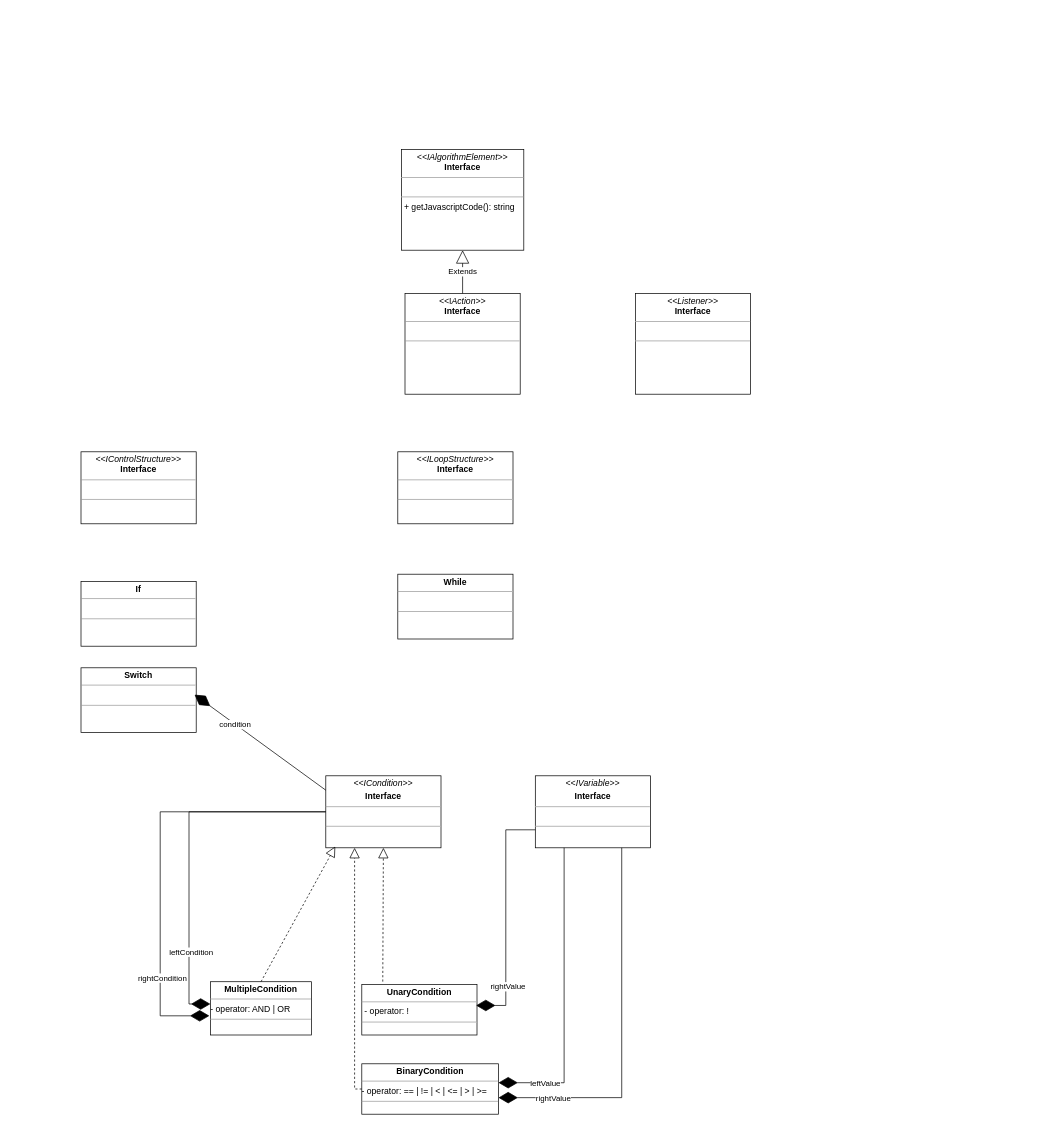
Earlier version of the draw.io diagram doc/architecture/class diagram - 2.0.drawio (olileger/sequence). Source tidied: cells renumbered, new cells numbered last; positions are measured from the earlier drawing's top-left corner, leaving out a move shared by most shapes. Both pictures are drawn from the tidied source at 72%, with x=0, y=0 at pixel (81, 149).
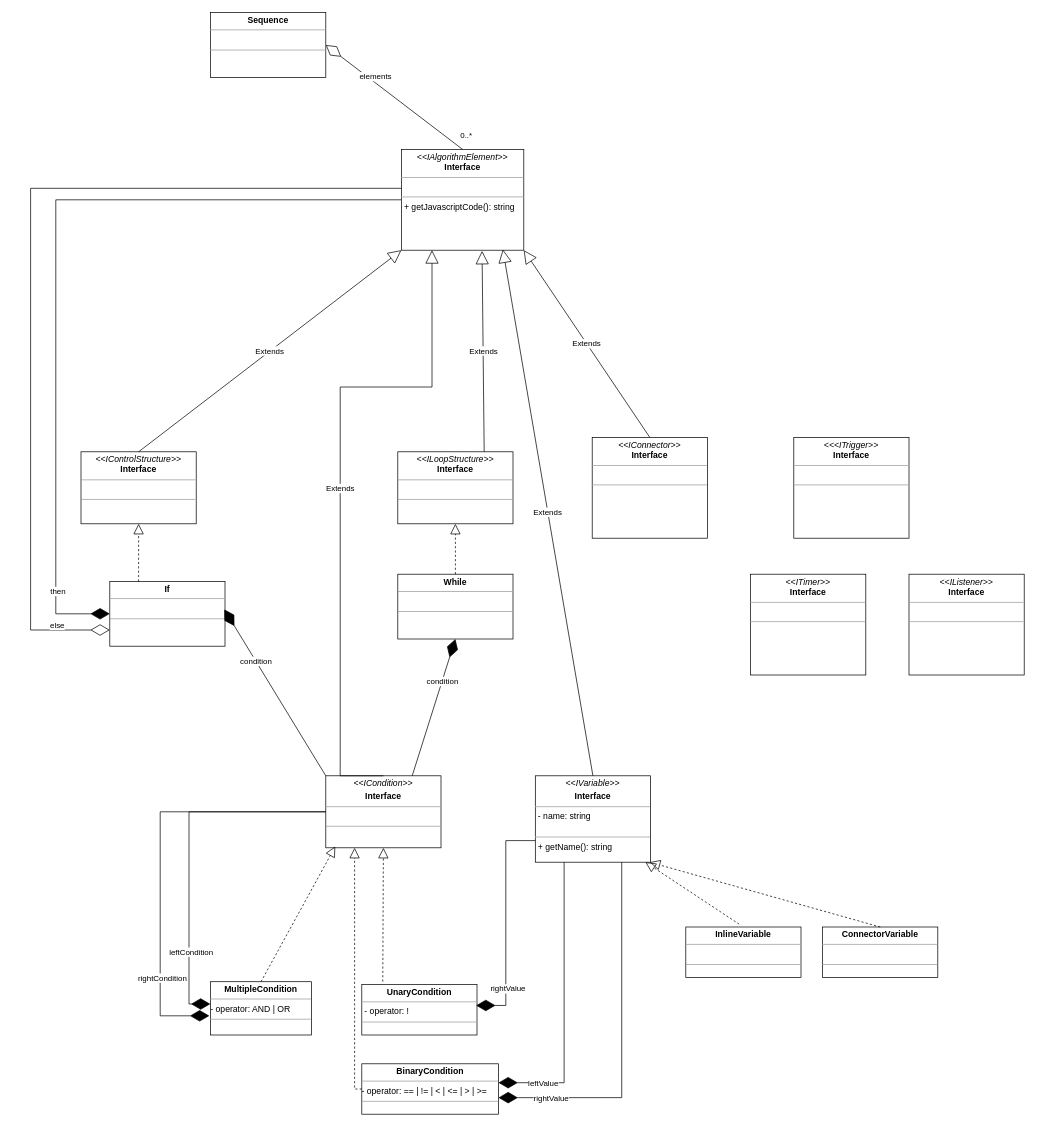
The same diagram, later.

The change refers to these unchanged cells:
```xml
<mxCell id="2" value="&lt;p style=&quot;margin:0px;margin-top:4px;text-align:center;&quot;&gt;&lt;i&gt;&amp;lt;&amp;lt;IAlgorithmElement&amp;gt;&amp;gt;&lt;/i&gt;&lt;br&gt;&lt;b&gt;Interface&lt;/b&gt;&lt;/p&gt;&lt;hr size=&quot;1&quot;&gt;&lt;p style=&quot;margin:0px;margin-left:4px;&quot;&gt;&lt;br&gt;&lt;/p&gt;&lt;hr size=&quot;1&quot;&gt;&lt;p style=&quot;margin:0px;margin-left:4px;&quot;&gt;+ getJavascriptCode(): string&lt;br&gt;&lt;/p&gt;" style="verticalAlign=top;align=left;overflow=fill;fontSize=12;fontFamily=Helvetica;html=1;" parent="1" vertex="1">
  <mxGeometry x="445" width="170" height="140" as="geometry" />
</mxCell>
<mxCell id="5" value="&lt;p style=&quot;margin:0px;margin-top:4px;text-align:center;&quot;&gt;&lt;i&gt;&amp;lt;&amp;lt;IControlStructure&amp;gt;&amp;gt;&lt;/i&gt;&lt;br&gt;&lt;b&gt;Interface&lt;/b&gt;&lt;/p&gt;&lt;hr size=&quot;1&quot;&gt;&lt;p style=&quot;margin:0px;margin-left:4px;&quot;&gt;&lt;br&gt;&lt;/p&gt;&lt;hr size=&quot;1&quot;&gt;&lt;p style=&quot;margin:0px;margin-left:4px;&quot;&gt;&lt;br&gt;&lt;/p&gt;" style="verticalAlign=top;align=left;overflow=fill;fontSize=12;fontFamily=Helvetica;html=1;" parent="1" vertex="1">
  <mxGeometry y="420" width="160" height="100" as="geometry" />
</mxCell>
<mxCell id="6" value="&lt;p style=&quot;margin:0px;margin-top:4px;text-align:center;&quot;&gt;&lt;i&gt;&amp;lt;&amp;lt;ILoopStructure&amp;gt;&amp;gt;&lt;/i&gt;&lt;br&gt;&lt;b&gt;Interface&lt;/b&gt;&lt;/p&gt;&lt;hr size=&quot;1&quot;&gt;&lt;p style=&quot;margin:0px;margin-left:4px;&quot;&gt;&lt;br&gt;&lt;/p&gt;&lt;hr size=&quot;1&quot;&gt;&lt;p style=&quot;margin:0px;margin-left:4px;&quot;&gt;&lt;br&gt;&lt;/p&gt;" style="verticalAlign=top;align=left;overflow=fill;fontSize=12;fontFamily=Helvetica;html=1;" parent="1" vertex="1">
  <mxGeometry x="440" y="420" width="160" height="100" as="geometry" />
</mxCell>
<mxCell id="9" value="&lt;p style=&quot;margin:0px;margin-top:4px;text-align:center;&quot;&gt;&lt;b&gt;While&lt;/b&gt;&lt;br&gt;&lt;/p&gt;&lt;hr size=&quot;1&quot;&gt;&lt;p style=&quot;margin:0px;margin-left:4px;&quot;&gt;&lt;br&gt;&lt;/p&gt;&lt;hr size=&quot;1&quot;&gt;&lt;p style=&quot;margin:0px;margin-left:4px;&quot;&gt;&lt;br&gt;&lt;/p&gt;" style="verticalAlign=top;align=left;overflow=fill;fontSize=12;fontFamily=Helvetica;html=1;" parent="1" vertex="1">
  <mxGeometry x="440" y="590" width="160" height="90" as="geometry" />
</mxCell>
<mxCell id="10" value="&lt;p style=&quot;margin:0px;margin-top:4px;text-align:center;&quot;&gt;&lt;i&gt;&amp;lt;&amp;lt;ICondition&amp;gt;&amp;gt;&lt;/i&gt;&lt;/p&gt;&lt;p style=&quot;margin:0px;margin-top:4px;text-align:center;&quot;&gt;&lt;b&gt;Interface&lt;br&gt;&lt;/b&gt;&lt;/p&gt;&lt;hr size=&quot;1&quot;&gt;&lt;p style=&quot;margin:0px;margin-left:4px;&quot;&gt;&lt;br&gt;&lt;/p&gt;&lt;hr size=&quot;1&quot;&gt;&lt;p style=&quot;margin:0px;margin-left:4px;&quot;&gt;&lt;br&gt;&lt;/p&gt;" style="verticalAlign=top;align=left;overflow=fill;fontSize=12;fontFamily=Helvetica;html=1;" parent="1" vertex="1">
  <mxGeometry x="340" y="870" width="160" height="100" as="geometry" />
</mxCell>
```

What changed in the source:
```diff
@@
-    <mxCell id="3" value="&lt;p style=&quot;margin:0px;margin-top:4px;text-align:center;&quot;&gt;&lt;i&gt;&amp;lt;&amp;lt;&lt;/i&gt;I&lt;i&gt;Action&amp;gt;&amp;gt;&lt;/i&gt;&lt;br&gt;&lt;b&gt;Interface&lt;/b&gt;&lt;/p&gt;&lt;hr size=&quot;1&quot;&gt;&lt;p style=&quot;margin:0px;margin-left:4px;&quot;&gt;&lt;br&gt;&lt;/p&gt;&lt;hr size=&quot;1&quot;&gt;&lt;p style=&quot;margin:0px;margin-left:4px;&quot;&gt;&lt;br&gt;&lt;/p&gt;" style="verticalAlign=top;align=left;overflow=fill;fontSize=12;fontFamily=Helvetica;html=1;" parent="1" vertex="1">
-      <mxGeometry x="450" y="200" width="160" height="140" as="geometry" />
+    <mxCell id="3" value="&lt;p style=&quot;margin:0px;margin-top:4px;text-align:center;&quot;&gt;&lt;i&gt;&amp;lt;&amp;lt;IConnector&amp;gt;&amp;gt;&lt;/i&gt;&lt;br&gt;&lt;b&gt;Interface&lt;/b&gt;&lt;/p&gt;&lt;hr size=&quot;1&quot;&gt;&lt;p style=&quot;margin:0px;margin-left:4px;&quot;&gt;&lt;br&gt;&lt;/p&gt;&lt;hr size=&quot;1&quot;&gt;&lt;p style=&quot;margin:0px;margin-left:4px;&quot;&gt;&lt;br&gt;&lt;/p&gt;" style="verticalAlign=top;align=left;overflow=fill;fontSize=12;fontFamily=Helvetica;html=1;" parent="1" vertex="1">
+      <mxGeometry x="710" y="400" width="160" height="140" as="geometry" />
     </mxCell>
-    <mxCell id="4" value="&lt;p style=&quot;margin:0px;margin-top:4px;text-align:center;&quot;&gt;&lt;i&gt;&amp;lt;&amp;lt;Listener&amp;gt;&amp;gt;&lt;/i&gt;&lt;br&gt;&lt;b&gt;Interface&lt;/b&gt;&lt;/p&gt;&lt;hr size=&quot;1&quot;&gt;&lt;p style=&quot;margin:0px;margin-left:4px;&quot;&gt;&lt;br&gt;&lt;/p&gt;&lt;hr size=&quot;1&quot;&gt;&lt;p style=&quot;margin:0px;margin-left:4px;&quot;&gt;&lt;br&gt;&lt;/p&gt;" style="verticalAlign=top;align=left;overflow=fill;fontSize=12;fontFamily=Helvetica;html=1;" parent="1" vertex="1">
-      <mxGeometry x="770" y="200" width="160" height="140" as="geometry" />
+    <mxCell id="4" value="&lt;p style=&quot;margin:0px;margin-top:4px;text-align:center;&quot;&gt;&lt;i&gt;&amp;lt;&amp;lt;&amp;lt;ITrigger&amp;gt;&amp;gt;&lt;/i&gt;&lt;br&gt;&lt;b&gt;Interface&lt;/b&gt;&lt;/p&gt;&lt;hr size=&quot;1&quot;&gt;&lt;p style=&quot;margin:0px;margin-left:4px;&quot;&gt;&lt;br&gt;&lt;/p&gt;&lt;hr size=&quot;1&quot;&gt;&lt;p style=&quot;margin:0px;margin-left:4px;&quot;&gt;&lt;br&gt;&lt;/p&gt;" style="verticalAlign=top;align=left;overflow=fill;fontSize=12;fontFamily=Helvetica;html=1;" parent="1" vertex="1">
+      <mxGeometry x="990" y="400" width="160" height="140" as="geometry" />
     </mxCell>
@@
     <mxCell id="7" value="&lt;p style=&quot;margin:0px;margin-top:4px;text-align:center;&quot;&gt;&lt;b&gt;If&lt;/b&gt;&lt;/p&gt;&lt;hr size=&quot;1&quot;&gt;&lt;p style=&quot;margin:0px;margin-left:4px;&quot;&gt;&lt;br&gt;&lt;/p&gt;&lt;hr size=&quot;1&quot;&gt;&lt;p style=&quot;margin:0px;margin-left:4px;&quot;&gt;&lt;br&gt;&lt;/p&gt;" style="verticalAlign=top;align=left;overflow=fill;fontSize=12;fontFamily=Helvetica;html=1;" parent="1" vertex="1">
-      <mxGeometry y="600" width="160" height="90" as="geometry" />
+      <mxGeometry x="40" y="600" width="160" height="90" as="geometry" />
     </mxCell>
-    <mxCell id="8" value="&lt;p style=&quot;margin:0px;margin-top:4px;text-align:center;&quot;&gt;&lt;b&gt;Switch&lt;/b&gt;&lt;/p&gt;&lt;hr size=&quot;1&quot;&gt;&lt;p style=&quot;margin:0px;margin-left:4px;&quot;&gt;&lt;br&gt;&lt;/p&gt;&lt;hr size=&quot;1&quot;&gt;&lt;p style=&quot;margin:0px;margin-left:4px;&quot;&gt;&lt;br&gt;&lt;/p&gt;" style="verticalAlign=top;align=left;overflow=fill;fontSize=12;fontFamily=Helvetica;html=1;" parent="1" vertex="1">
-      <mxGeometry y="720" width="160" height="90" as="geometry" />
-    </mxCell>
@@
-    <mxCell id="12" value="&lt;p style=&quot;margin:0px;margin-top:4px;text-align:center;&quot;&gt;&lt;i&gt;&amp;lt;&amp;lt;IVariable&amp;gt;&amp;gt;&lt;/i&gt;&lt;/p&gt;&lt;p style=&quot;margin:0px;margin-top:4px;text-align:center;&quot;&gt;&lt;b&gt;Interface&lt;br&gt;&lt;/b&gt;&lt;/p&gt;&lt;hr size=&quot;1&quot;&gt;&lt;p style=&quot;margin:0px;margin-left:4px;&quot;&gt;&lt;br&gt;&lt;/p&gt;&lt;hr size=&quot;1&quot;&gt;" style="verticalAlign=top;align=left;overflow=fill;fontSize=12;fontFamily=Helvetica;html=1;" parent="1" vertex="1">
-      <mxGeometry x="631" y="870" width="160" height="100" as="geometry" />
+    <mxCell id="12" value="&lt;p style=&quot;margin:0px;margin-top:4px;text-align:center;&quot;&gt;&lt;i&gt;&amp;lt;&amp;lt;IVariable&amp;gt;&amp;gt;&lt;/i&gt;&lt;/p&gt;&lt;p style=&quot;margin:0px;margin-top:4px;text-align:center;&quot;&gt;&lt;b&gt;Interface&lt;br&gt;&lt;/b&gt;&lt;/p&gt;&lt;hr size=&quot;1&quot;&gt;&lt;p style=&quot;margin:0px;margin-left:4px;&quot;&gt;- name: string&lt;br&gt;&lt;/p&gt;&lt;p style=&quot;margin:0px;margin-left:4px;&quot;&gt;&lt;br&gt;&lt;/p&gt;&lt;hr size=&quot;1&quot;&gt;&lt;p style=&quot;margin:0px;margin-left:4px;&quot;&gt;+ getName(): string&lt;/p&gt;" style="verticalAlign=top;align=left;overflow=fill;fontSize=12;fontFamily=Helvetica;html=1;" parent="1" vertex="1">
+      <mxGeometry x="631" y="870" width="160" height="120" as="geometry" />
     </mxCell>
@@
-    <mxCell id="29" style="endArrow=diamondThin;endFill=1;endSize=24;html=1;rounded=0;entryX=0.986;entryY=0.415;entryDx=0;entryDy=0;entryPerimeter=0;" parent="1" edge="1" target="8">
-      <mxGeometry relative="1" as="geometry">
-        <mxPoint x="340" y="890" as="sourcePoint" />
-      </mxGeometry>
-    </mxCell>
-    <mxCell id="30" value="condition" style="edgeLabel;html=1;align=center;verticalAlign=middle;" parent="29" vertex="1">
-      <mxGeometry x="0.39" y="1" relative="1" as="geometry">
-        <mxPoint x="1" as="offset" />
-      </mxGeometry>
-    </mxCell>
-    <mxCell id="31" value="Extends" style="endArrow=block;endSize=16;endFill=0;html=1;rounded=0;entryX=0.5;entryY=1;entryDx=0;entryDy=0;exitX=0.5;exitY=0;exitDx=0;exitDy=0;" parent="1" edge="1" source="3" target="2">
+    <mxCell id="31" value="Extends" style="endArrow=block;endSize=16;endFill=0;html=1;rounded=0;entryX=1;entryY=1;entryDx=0;entryDy=0;exitX=0.5;exitY=0;exitDx=0;exitDy=0;" parent="1" edge="1" source="3" target="2">
       <mxGeometry relative="1" as="geometry" />
     </mxCell>
+    <mxCell id="32" value="Extends" style="endArrow=block;endSize=16;endFill=0;html=1;rounded=0;entryX=0.25;entryY=1;entryDx=0;entryDy=0;exitX=0.5;exitY=0;exitDx=0;exitDy=0;edgeStyle=orthogonalEdgeStyle;" parent="1" edge="1" source="10" target="2">
+      <mxGeometry relative="1" as="geometry">
+        <Array as="points">
+          <mxPoint x="360" y="870" />
+          <mxPoint x="360" y="330" />
+          <mxPoint x="488" y="330" />
+        </Array>
+      </mxGeometry>
+    </mxCell>
+    <mxCell id="33" value="&lt;p style=&quot;margin:0px;margin-top:4px;text-align:center;&quot;&gt;&lt;i&gt;&amp;lt;&amp;lt;IListener&amp;gt;&amp;gt;&lt;/i&gt;&lt;br&gt;&lt;b&gt;Interface&lt;/b&gt;&lt;/p&gt;&lt;hr size=&quot;1&quot;&gt;&lt;p style=&quot;margin:0px;margin-left:4px;&quot;&gt;&lt;br&gt;&lt;/p&gt;&lt;hr size=&quot;1&quot;&gt;&lt;p style=&quot;margin:0px;margin-left:4px;&quot;&gt;&lt;br&gt;&lt;/p&gt;" style="verticalAlign=top;align=left;overflow=fill;fontSize=12;fontFamily=Helvetica;html=1;" parent="1" vertex="1">
+      <mxGeometry x="1150" y="590" width="160" height="140" as="geometry" />
+    </mxCell>
+    <mxCell id="34" value="&lt;p style=&quot;margin:0px;margin-top:4px;text-align:center;&quot;&gt;&lt;i&gt;&amp;lt;&amp;lt;ITimer&amp;gt;&amp;gt;&lt;/i&gt;&lt;br&gt;&lt;b&gt;Interface&lt;/b&gt;&lt;/p&gt;&lt;hr size=&quot;1&quot;&gt;&lt;p style=&quot;margin:0px;margin-left:4px;&quot;&gt;&lt;br&gt;&lt;/p&gt;&lt;hr size=&quot;1&quot;&gt;&lt;p style=&quot;margin:0px;margin-left:4px;&quot;&gt;&lt;br&gt;&lt;/p&gt;" style="verticalAlign=top;align=left;overflow=fill;fontSize=12;fontFamily=Helvetica;html=1;" parent="1" vertex="1">
+      <mxGeometry x="930" y="590" width="160" height="140" as="geometry" />
+    </mxCell>
+    <mxCell id="35" style="endArrow=block;dashed=1;endFill=0;endSize=12;html=1;rounded=0;exitX=0.25;exitY=0;exitDx=0;exitDy=0;entryX=0.5;entryY=1;entryDx=0;entryDy=0;" parent="1" edge="1" source="7" target="5">
+      <mxGeometry relative="1" as="geometry" />
+    </mxCell>
+    <mxCell id="36" value="Extends" style="endArrow=block;endSize=16;endFill=0;html=1;rounded=0;entryX=0;entryY=1;entryDx=0;entryDy=0;exitX=0.5;exitY=0;exitDx=0;exitDy=0;" parent="1" edge="1" source="5" target="2">
+      <mxGeometry relative="1" as="geometry" />
+    </mxCell>
+    <mxCell id="37" value="Extends" style="endArrow=block;endSize=16;endFill=0;html=1;rounded=0;entryX=0.659;entryY=1.007;entryDx=0;entryDy=0;entryPerimeter=0;exitX=0.75;exitY=0;exitDx=0;exitDy=0;" parent="1" edge="1" source="6" target="2">
+      <mxGeometry relative="1" as="geometry" />
+    </mxCell>
+    <mxCell id="38" style="endArrow=block;dashed=1;endFill=0;endSize=12;html=1;rounded=0;exitX=0.5;exitY=0;exitDx=0;exitDy=0;" parent="1" edge="1" source="9">
+      <mxGeometry relative="1" as="geometry">
+        <mxPoint x="520" y="520" as="targetPoint" />
+      </mxGeometry>
+    </mxCell>
+    <mxCell id="39" style="endArrow=diamondThin;endFill=1;endSize=24;html=1;rounded=0;entryX=0.5;entryY=1;entryDx=0;entryDy=0;exitX=0.75;exitY=0;exitDx=0;exitDy=0;" parent="1" edge="1" source="10" target="9">
+      <mxGeometry relative="1" as="geometry" />
+    </mxCell>
+    <mxCell id="40" value="condition" style="edgeLabel;html=1;align=center;verticalAlign=middle;" parent="39" vertex="1">
+      <mxGeometry x="0.39" y="1" relative="1" as="geometry">
+        <mxPoint x="1" as="offset" />
+      </mxGeometry>
+    </mxCell>
+    <mxCell id="41" style="endArrow=diamondThin;endFill=1;endSize=24;html=1;rounded=0;entryX=0.994;entryY=0.433;entryDx=0;entryDy=0;entryPerimeter=0;" parent="1" edge="1" target="7">
+      <mxGeometry relative="1" as="geometry">
+        <mxPoint x="340" y="870" as="sourcePoint" />
+      </mxGeometry>
+    </mxCell>
+    <mxCell id="42" value="condition" style="edgeLabel;html=1;align=center;verticalAlign=middle;" parent="41" vertex="1">
+      <mxGeometry x="0.39" y="1" relative="1" as="geometry">
+        <mxPoint x="1" as="offset" />
+      </mxGeometry>
+    </mxCell>
+    <mxCell id="43" style="endArrow=diamondThin;endFill=1;endSize=24;html=1;rounded=0;exitX=0;exitY=0.5;exitDx=0;exitDy=0;edgeStyle=elbowEdgeStyle;" parent="1" edge="1" source="2" target="7">
+      <mxGeometry relative="1" as="geometry">
+        <Array as="points">
+          <mxPoint x="-35" y="450" />
+        </Array>
+      </mxGeometry>
+    </mxCell>
+    <mxCell id="44" value="then" style="edgeLabel;html=1;align=center;verticalAlign=middle;" parent="43" vertex="1">
+      <mxGeometry x="0.58" y="2" relative="1" as="geometry">
+        <mxPoint y="130" as="offset" />
+      </mxGeometry>
+    </mxCell>
+    <mxCell id="45" style="endArrow=diamondThin;endFill=0;endSize=24;html=1;rounded=0;edgeStyle=elbowEdgeStyle;exitX=0;exitY=0.386;exitDx=0;exitDy=0;entryX=0;entryY=0.75;entryDx=0;entryDy=0;exitPerimeter=0;" parent="1" edge="1" source="2" target="7">
+      <mxGeometry relative="1" as="geometry">
+        <Array as="points">
+          <mxPoint x="-70" y="380" />
+        </Array>
+      </mxGeometry>
+    </mxCell>
+    <mxCell id="46" value="else" style="edgeLabel;html=1;align=center;verticalAlign=middle;" parent="45" vertex="1">
+      <mxGeometry x="0.89" y="4" relative="1" as="geometry">
+        <mxPoint x="-5" y="-3" as="offset" />
+      </mxGeometry>
+    </mxCell>
+    <mxCell id="47" value="&lt;p style=&quot;margin:0px;margin-top:4px;text-align:center;&quot;&gt;&lt;b&gt;InlineVariable&lt;/b&gt;&lt;/p&gt;&lt;hr size=&quot;1&quot;&gt;&lt;p style=&quot;margin:0px;margin-left:4px;&quot;&gt;&lt;br&gt;&lt;/p&gt;&lt;hr size=&quot;1&quot;&gt;&lt;p style=&quot;margin:0px;margin-left:4px;&quot;&gt;&lt;br&gt;&lt;/p&gt;" style="verticalAlign=top;align=left;overflow=fill;fontSize=12;fontFamily=Helvetica;html=1;" parent="1" vertex="1">
+      <mxGeometry x="840" y="1080" width="160" height="70" as="geometry" />
+    </mxCell>
+    <mxCell id="48" style="endArrow=block;dashed=1;endFill=0;endSize=12;html=1;rounded=0;entryX=0.956;entryY=1;entryDx=0;entryDy=0;entryPerimeter=0;exitX=0.463;exitY=-0.057;exitDx=0;exitDy=0;exitPerimeter=0;" parent="1" edge="1" source="47" target="12">
+      <mxGeometry relative="1" as="geometry" />
+    </mxCell>
+    <mxCell id="49" value="&lt;p style=&quot;margin:0px;margin-top:4px;text-align:center;&quot;&gt;&lt;b&gt;Sequence&lt;/b&gt;&lt;/p&gt;&lt;hr size=&quot;1&quot;&gt;&lt;br&gt;&lt;hr size=&quot;1&quot;&gt;&lt;p style=&quot;margin:0px;margin-left:4px;&quot;&gt;&lt;br&gt;&lt;/p&gt;" style="verticalAlign=top;align=left;overflow=fill;fontSize=12;fontFamily=Helvetica;html=1;" parent="1" vertex="1">
+      <mxGeometry x="180" y="-190" width="160" height="90" as="geometry" />
+    </mxCell>
+    <mxCell id="50" style="endArrow=diamondThin;endFill=0;endSize=24;html=1;rounded=0;entryX=1;entryY=0.5;entryDx=0;entryDy=0;exitX=0.5;exitY=0;exitDx=0;exitDy=0;" parent="1" edge="1" source="2" target="49">
+      <mxGeometry relative="1" as="geometry" />
+    </mxCell>
+    <mxCell id="51" value="elements" style="edgeLabel;html=1;align=center;verticalAlign=middle;" parent="50" vertex="1">
+      <mxGeometry x="0.32" y="-7" relative="1" as="geometry" />
+    </mxCell>
+    <mxCell id="52" value="0..*" style="edgeLabel;html=1;align=center;verticalAlign=middle;" parent="50" vertex="1">
+      <mxGeometry x="0.09" y="-8" relative="1" as="geometry">
+        <mxPoint x="103" y="65" as="offset" />
+      </mxGeometry>
+    </mxCell>
+    <mxCell id="53" value="&lt;p style=&quot;margin:0px;margin-top:4px;text-align:center;&quot;&gt;&lt;b&gt;ConnectorVariable&lt;/b&gt;&lt;/p&gt;&lt;hr size=&quot;1&quot;&gt;&lt;p style=&quot;margin:0px;margin-left:4px;&quot;&gt;&lt;br&gt;&lt;/p&gt;&lt;hr size=&quot;1&quot;&gt;&lt;p style=&quot;margin:0px;margin-left:4px;&quot;&gt;&lt;br&gt;&lt;/p&gt;" style="verticalAlign=top;align=left;overflow=fill;fontSize=12;fontFamily=Helvetica;html=1;" parent="1" vertex="1">
+      <mxGeometry x="1030" y="1080" width="160" height="70" as="geometry" />
+    </mxCell>
+    <mxCell id="54" value="Extends" style="endArrow=block;endSize=16;endFill=0;html=1;rounded=0;entryX=0.829;entryY=0.993;entryDx=0;entryDy=0;entryPerimeter=0;exitX=0.5;exitY=0;exitDx=0;exitDy=0;" parent="1" edge="1" source="12" target="2">
+      <mxGeometry relative="1" as="geometry" />
+    </mxCell>
+    <mxCell id="55" style="endArrow=block;dashed=1;endFill=0;endSize=12;html=1;rounded=0;exitX=0.5;exitY=0;exitDx=0;exitDy=0;" parent="1" edge="1" source="53">
+      <mxGeometry relative="1" as="geometry">
+        <mxPoint x="790" y="990" as="targetPoint" />
+      </mxGeometry>
+    </mxCell>
```
